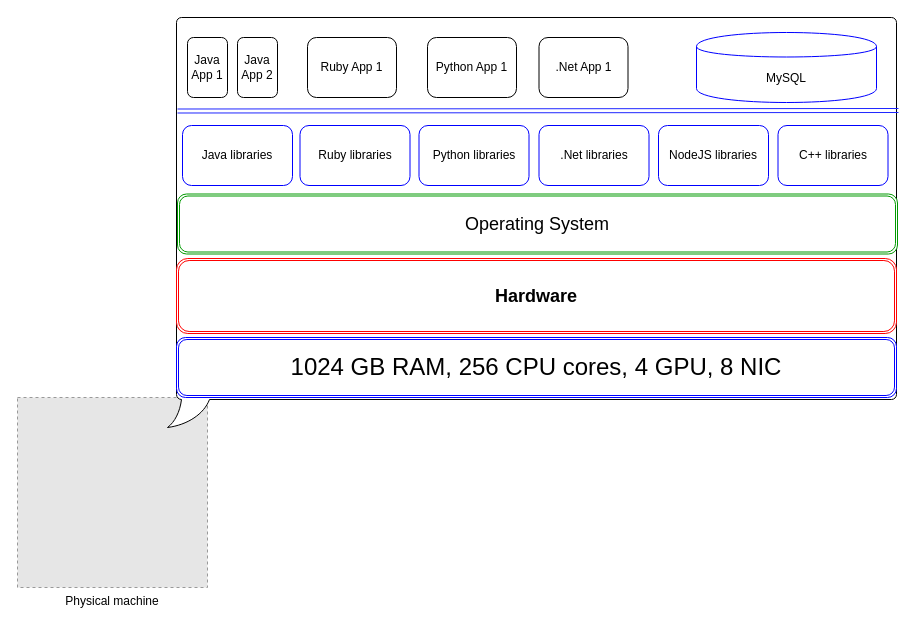
The draw.io diagram page "physical" (1 of 4) of why-containers.drawio in prabhatsharma/draw.io, before the edit. Source tidied: cells renumbered, new cells numbered last; positions are measured from the earlier drawing's top-left corner, leaving out a move shared by most shapes. Both pictures are drawn from the tidied source at 100%, with x=0, y=0 at pixel (17, 17). Pictures stored in the file or linked from it are replaced by grey dashed boxes.
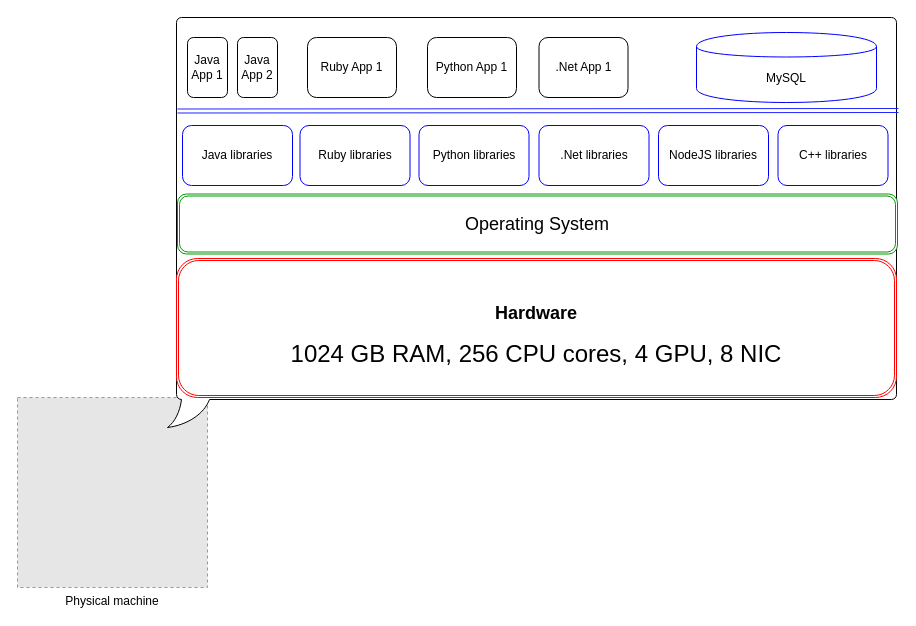
The same diagram, later.

The edit, as a diff of the source:
```diff
@@
-    <mxCell id="10" value="&lt;h2&gt;Hardware&lt;/h2&gt;" style="shape=ext;double=1;rounded=1;whiteSpace=wrap;html=1;strokeColor=#FF0000;" parent="1" vertex="1">
-      <mxGeometry x="159" y="241" width="720" height="75" as="geometry" />
+    <mxCell id="10" value="&lt;h2&gt;Hardware&lt;/h2&gt;&lt;div&gt;&lt;span style=&quot;font-size: 24px&quot;&gt;1024 GB RAM, 256 CPU cores, 4 GPU, 8 NIC&lt;/span&gt;&lt;br&gt;&lt;/div&gt;" style="shape=ext;double=1;rounded=1;whiteSpace=wrap;html=1;strokeColor=#FF0000;" parent="1" vertex="1">
+      <mxGeometry x="159" y="241" width="720" height="139" as="geometry" />
     </mxCell>
@@
-    <mxCell id="17" value="&lt;span style=&quot;font-size: 24px ; white-space: normal&quot;&gt;1024 GB RAM, 256 CPU cores, 4 GPU, 8 NIC&lt;/span&gt;" style="shape=ext;double=1;rounded=1;whiteSpace=wrap;html=1;strokeColor=#0000FF;" parent="1" vertex="1">
-      <mxGeometry x="159" y="320" width="720" height="60" as="geometry" />
-    </mxCell>
```
